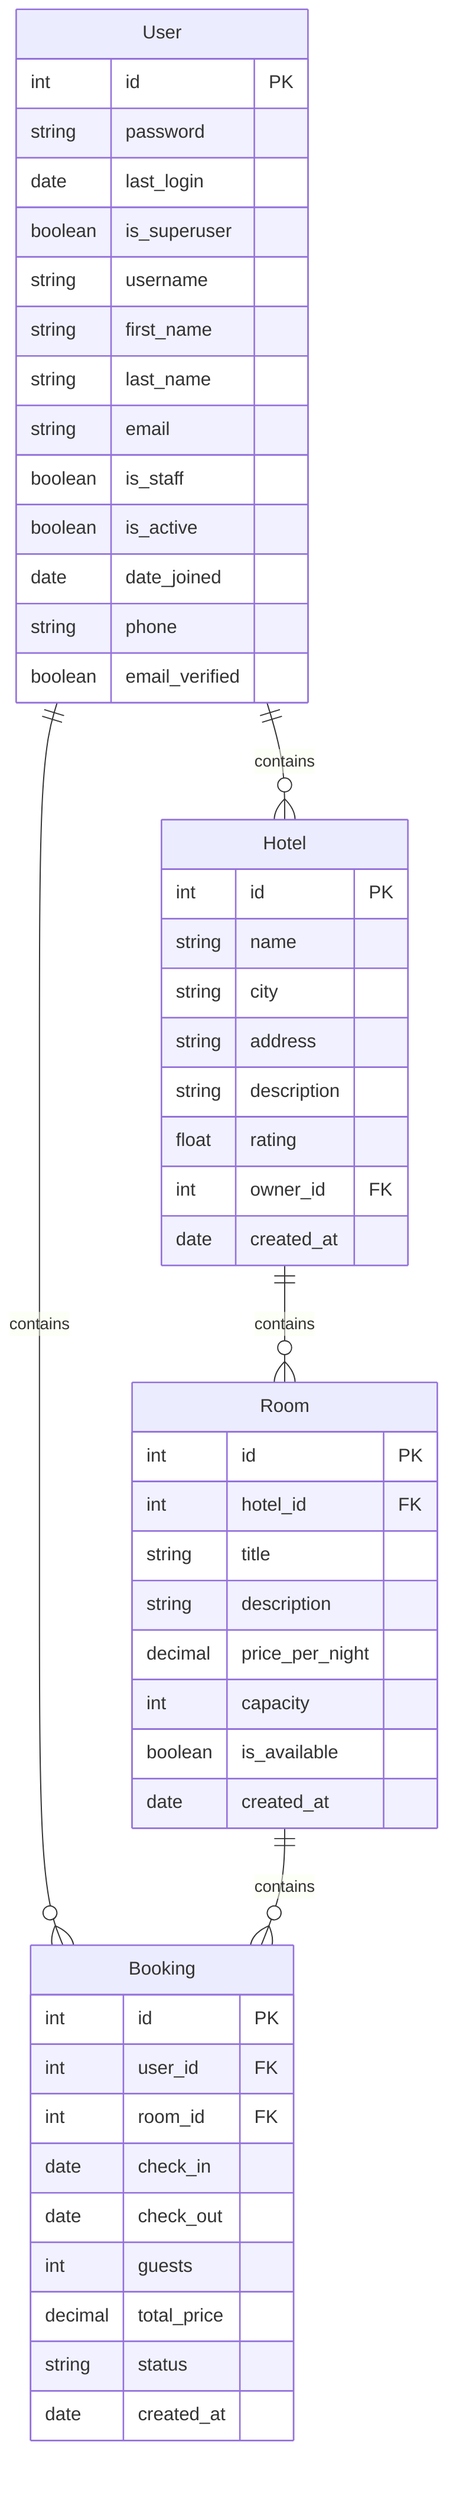
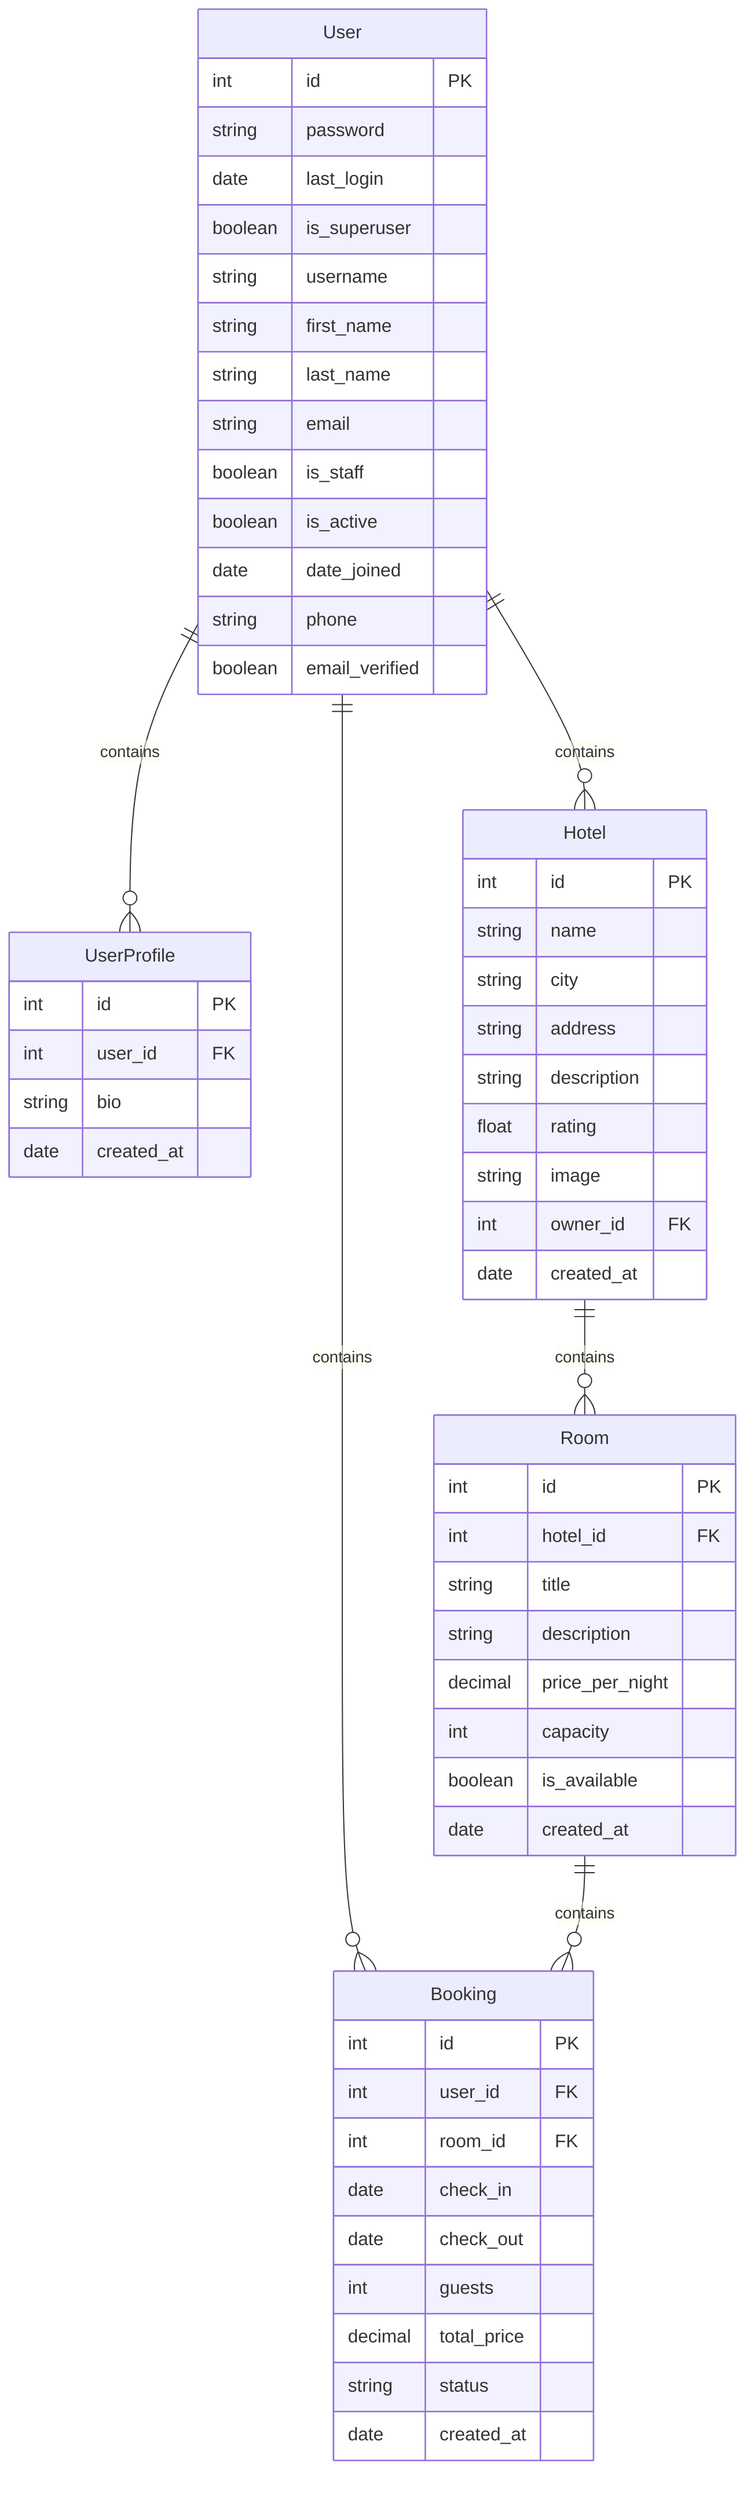
erDiagram
    User {
        int id PK
        string password
        date last_login
        boolean is_superuser
        string username
        string first_name
        string last_name
        string email
        boolean is_staff
        boolean is_active
        date date_joined
        string phone
        boolean email_verified
    }

+     UserProfile {
+         int id PK
+         int user_id FK
+         string bio
+         date created_at
+     }
+ 
    Hotel {
        int id PK
        string name
        string city
        string address
        string description
        float rating
+         string image
        int owner_id FK
        date created_at
    }

    Room {
        int id PK
        int hotel_id FK
        string title
        string description
        decimal price_per_night
        int capacity
        boolean is_available
        date created_at
    }

    Booking {
        int id PK
        int user_id FK
        int room_id FK
        date check_in
        date check_out
        int guests
        decimal total_price
        string status
        date created_at
    }

+     User ||--o{ UserProfile : contains
    User ||--o{ Hotel : contains
    Hotel ||--o{ Room : contains
    User ||--o{ Booking : contains
    Room ||--o{ Booking : contains